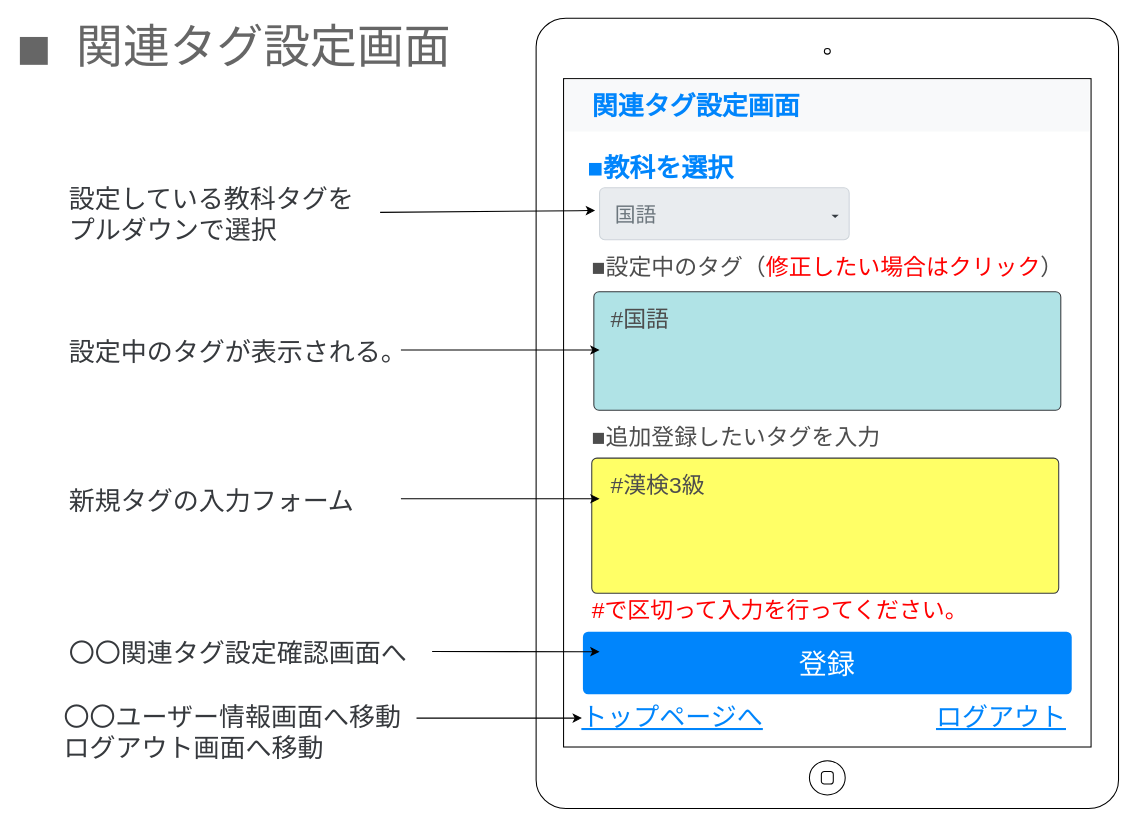
mitsuewatanabe/practice keeps this draw.io diagram as page "関連タグ設定画面" (5 of 18) of 画面設計_苦手問題克服.drawio. Above is the earlier version. Source tidied: cells renumbered, new cells numbered last; positions are measured from the earlier drawing's top-left corner, leaving out a move shared by most shapes. Both pictures are drawn from the tidied source at 104%, with x=0, y=0 at pixel (18, 18).
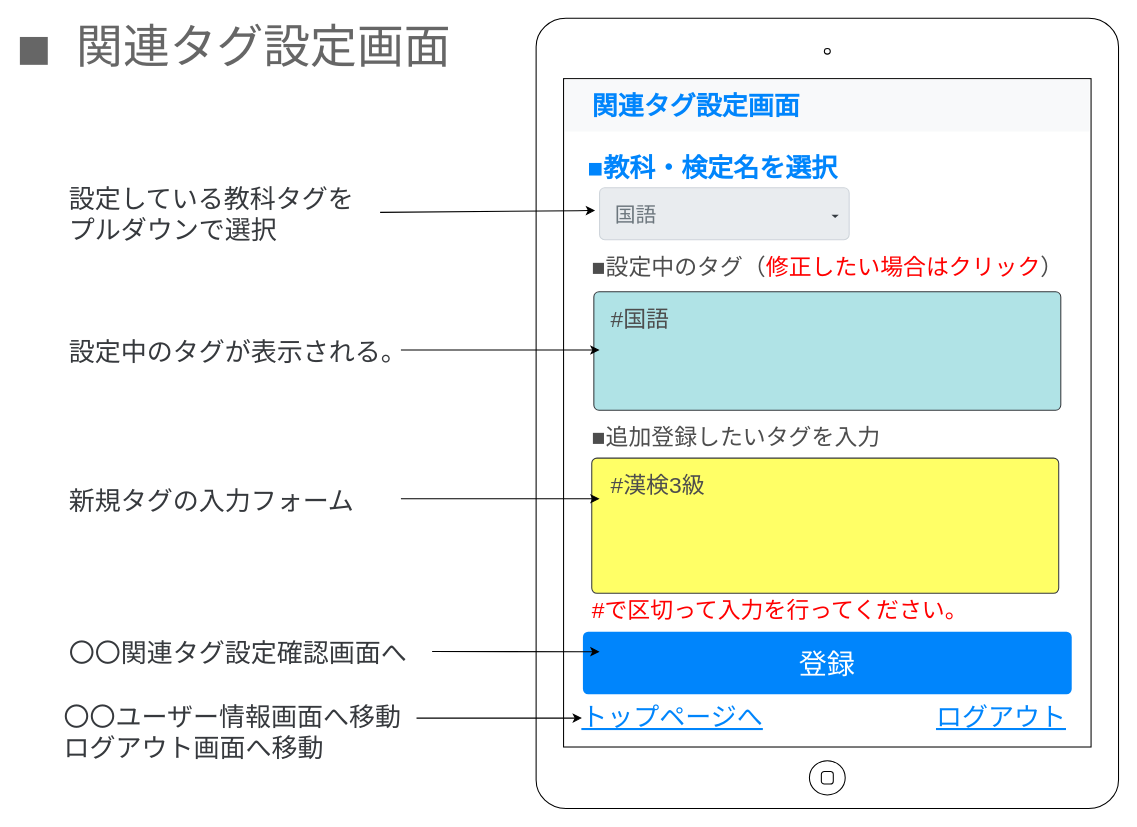
Above is the later version.

Change to the diagram source:
```diff
@@
-    <mxCell id="18" value="■教科を選択" style="text;html=1;strokeColor=none;fillColor=none;align=left;verticalAlign=middle;whiteSpace=wrap;rounded=0;fontSize=25;fontColor=#0085FC;fontStyle=1;" parent="1" vertex="1">
+    <mxCell id="18" value="■教科・検定名を選択" style="text;html=1;strokeColor=none;fillColor=none;align=left;verticalAlign=middle;whiteSpace=wrap;rounded=0;fontSize=25;fontColor=#0085FC;fontStyle=1;" parent="1" vertex="1">
       <mxGeometry x="546" y="133" width="400" height="19.2" as="geometry" />
     </mxCell>
```
